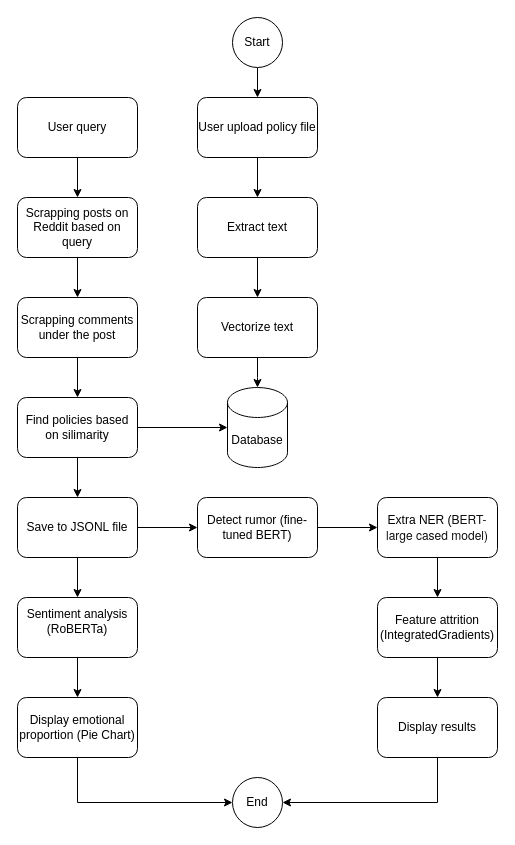
Above: Untitled Diagram.drawio in yannsusu/IntelliGuard (draw.io), before the change. Source tidied: cells renumbered, new cells numbered last; positions are measured from the earlier drawing's top-left corner, leaving out a move shared by most shapes. Both pictures are drawn from the tidied source at 100%, with x=0, y=0 at pixel (17, 17).
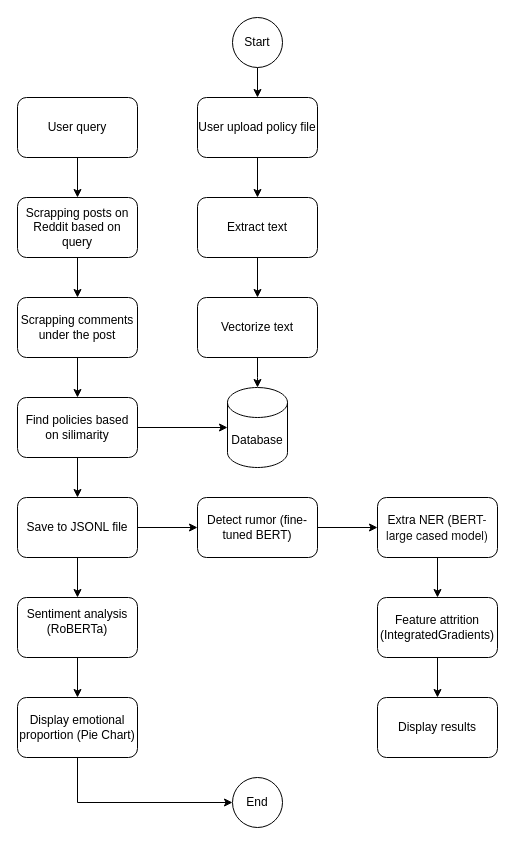
The same page after the edit.

Unchanged cells that the change refers to:
```xml
<mxCell id="30" value="Display results" style="whiteSpace=wrap;html=1;rounded=1;" parent="1" vertex="1">
  <mxGeometry x="360" y="680" width="120" height="60" as="geometry" />
</mxCell>
<mxCell id="33" value="End" style="ellipse;whiteSpace=wrap;html=1;" parent="1" vertex="1">
  <mxGeometry x="215" y="760" width="50" height="50" as="geometry" />
</mxCell>
```

Diff of the diagram source:
```diff
@@
-    <mxCell id="35" style="endArrow=classic;html=1;rounded=0;exitX=0.5;exitY=1;exitDx=0;exitDy=0;entryX=1;entryY=0.5;entryDx=0;entryDy=0;" parent="1" edge="1" source="30" target="33">
-      <mxGeometry relative="1" as="geometry">
-        <Array as="points">
-          <mxPoint x="420" y="785" />
-        </Array>
-      </mxGeometry>
-    </mxCell>
```
